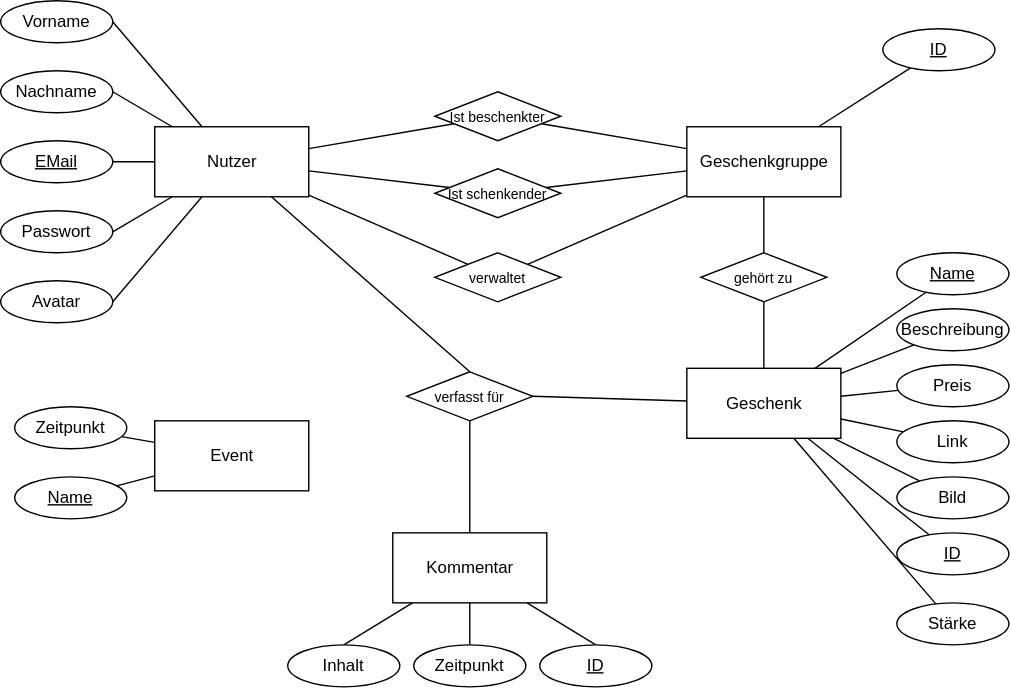
Ethanil/gifts keeps this draw.io diagram as drawio_diagrams/svg_files/gifts_er_model.svg. Above is the earlier version. Source tidied: cells renumbered, new cells last; positions are measured from the earlier drawing's top-left corner, leaving out a move shared by most shapes. Source of this version:
```xml
<mxGraphModel>
  <root>
    <mxCell id="0" />
    <mxCell id="1" parent="0" />
    <mxCell id="2" style="edgeStyle=none;html=1;entryX=0.5;entryY=0;entryDx=0;entryDy=0;fontSize=10;endArrow=none;endFill=0;" parent="1" edge="1" source="8" target="49">
      <mxGeometry relative="1" as="geometry" />
    </mxCell>
    <mxCell id="3" style="edgeStyle=none;html=1;fontSize=10;endArrow=none;endFill=0;" parent="1" edge="1" source="8" target="11">
      <mxGeometry relative="1" as="geometry" />
    </mxCell>
    <mxCell id="4" style="edgeStyle=none;html=1;entryX=1;entryY=0.5;entryDx=0;entryDy=0;fontSize=10;endArrow=none;endFill=0;" parent="1" edge="1" source="8" target="10">
      <mxGeometry relative="1" as="geometry" />
    </mxCell>
    <mxCell id="5" style="edgeStyle=none;html=1;entryX=1;entryY=0.5;entryDx=0;entryDy=0;fontSize=10;endArrow=none;endFill=0;" parent="1" edge="1" source="8" target="9">
      <mxGeometry relative="1" as="geometry" />
    </mxCell>
    <mxCell id="6" style="edgeStyle=none;html=1;entryX=1;entryY=0.5;entryDx=0;entryDy=0;fontSize=10;endArrow=none;endFill=0;" parent="1" edge="1" source="8" target="12">
      <mxGeometry relative="1" as="geometry" />
    </mxCell>
    <mxCell id="7" style="edgeStyle=none;html=1;entryX=1;entryY=0.5;entryDx=0;entryDy=0;fontSize=10;endArrow=none;endFill=0;" parent="1" edge="1" source="8" target="13">
      <mxGeometry relative="1" as="geometry" />
    </mxCell>
    <mxCell id="8" value="Nutzer" style="html=1;" parent="1" vertex="1">
      <mxGeometry x="110" y="90" width="110" height="50" as="geometry" />
    </mxCell>
    <mxCell id="9" value="Vorname" style="ellipse;whiteSpace=wrap;html=1;" parent="1" vertex="1">
      <mxGeometry width="80" height="30" as="geometry" />
    </mxCell>
    <mxCell id="10" value="Nachname" style="ellipse;whiteSpace=wrap;html=1;" parent="1" vertex="1">
      <mxGeometry y="50" width="80" height="30" as="geometry" />
    </mxCell>
    <mxCell id="11" value="&lt;u&gt;EMail&lt;/u&gt;" style="ellipse;whiteSpace=wrap;html=1;" parent="1" vertex="1">
      <mxGeometry y="100" width="80" height="30" as="geometry" />
    </mxCell>
    <mxCell id="12" value="Passwort" style="ellipse;whiteSpace=wrap;html=1;" parent="1" vertex="1">
      <mxGeometry y="150" width="80" height="30" as="geometry" />
    </mxCell>
    <mxCell id="13" value="Avatar" style="ellipse;whiteSpace=wrap;html=1;" parent="1" vertex="1">
      <mxGeometry y="200" width="80" height="30" as="geometry" />
    </mxCell>
    <mxCell id="14" style="edgeStyle=none;html=1;entryX=0.5;entryY=0;entryDx=0;entryDy=0;fontSize=10;endArrow=none;endFill=0;" parent="1" edge="1" source="15" target="51">
      <mxGeometry relative="1" as="geometry" />
    </mxCell>
    <mxCell id="15" value="Geschenkgruppe" style="html=1;" parent="1" vertex="1">
      <mxGeometry x="490" y="90" width="110" height="50" as="geometry" />
    </mxCell>
    <mxCell id="16" style="edgeStyle=none;html=1;fontSize=10;endArrow=none;endFill=0;" parent="1" edge="1" source="17" target="15">
      <mxGeometry relative="1" as="geometry" />
    </mxCell>
    <mxCell id="17" value="&lt;u&gt;ID&lt;/u&gt;" style="ellipse;whiteSpace=wrap;html=1;" parent="1" vertex="1">
      <mxGeometry x="630" y="20" width="80" height="30" as="geometry" />
    </mxCell>
    <mxCell id="18" style="edgeStyle=none;html=1;fontSize=10;endArrow=none;endFill=0;" parent="1" edge="1" source="20" target="15">
      <mxGeometry relative="1" as="geometry" />
    </mxCell>
    <mxCell id="19" style="edgeStyle=none;html=1;fontSize=10;endArrow=none;endFill=0;" parent="1" edge="1" source="20" target="8">
      <mxGeometry relative="1" as="geometry" />
    </mxCell>
    <mxCell id="20" value="&lt;font style=&quot;font-size: 10px;&quot;&gt;Ist beschenkter&lt;/font&gt;" style="rhombus;whiteSpace=wrap;html=1;" parent="1" vertex="1">
      <mxGeometry x="310" y="65" width="90" height="35" as="geometry" />
    </mxCell>
    <mxCell id="21" style="edgeStyle=none;html=1;fontSize=10;endArrow=none;endFill=0;" parent="1" edge="1" source="23" target="15">
      <mxGeometry relative="1" as="geometry" />
    </mxCell>
    <mxCell id="22" style="edgeStyle=none;html=1;fontSize=10;endArrow=none;endFill=0;" parent="1" edge="1" source="23" target="8">
      <mxGeometry relative="1" as="geometry" />
    </mxCell>
    <mxCell id="23" value="&lt;font style=&quot;font-size: 10px;&quot;&gt;Ist schenkender&lt;/font&gt;" style="rhombus;whiteSpace=wrap;html=1;" parent="1" vertex="1">
      <mxGeometry x="310" y="120" width="90" height="35" as="geometry" />
    </mxCell>
    <mxCell id="24" style="edgeStyle=none;html=1;entryX=1;entryY=0.5;entryDx=0;entryDy=0;fontSize=10;endArrow=none;endFill=0;" parent="1" edge="1" source="25" target="49">
      <mxGeometry relative="1" as="geometry" />
    </mxCell>
    <mxCell id="25" value="Geschenk" style="html=1;" parent="1" vertex="1">
      <mxGeometry x="490" y="262.5" width="110" height="50" as="geometry" />
    </mxCell>
    <mxCell id="26" style="edgeStyle=none;html=1;fontSize=10;endArrow=none;endFill=0;" parent="1" edge="1" source="28" target="15">
      <mxGeometry relative="1" as="geometry" />
    </mxCell>
    <mxCell id="27" style="edgeStyle=none;html=1;fontSize=10;endArrow=none;endFill=0;" parent="1" edge="1" source="28" target="8">
      <mxGeometry relative="1" as="geometry" />
    </mxCell>
    <mxCell id="28" value="&lt;font style=&quot;font-size: 10px;&quot;&gt;verwaltet&lt;/font&gt;" style="rhombus;whiteSpace=wrap;html=1;" parent="1" vertex="1">
      <mxGeometry x="310" y="180" width="90" height="35" as="geometry" />
    </mxCell>
    <mxCell id="29" style="edgeStyle=none;html=1;fontSize=10;endArrow=none;endFill=0;" parent="1" edge="1" source="30" target="25">
      <mxGeometry relative="1" as="geometry" />
    </mxCell>
    <mxCell id="30" value="&lt;u&gt;Name&lt;/u&gt;" style="ellipse;whiteSpace=wrap;html=1;" parent="1" vertex="1">
      <mxGeometry x="640" y="180" width="80" height="30" as="geometry" />
    </mxCell>
    <mxCell id="31" style="edgeStyle=none;html=1;fontSize=10;endArrow=none;endFill=0;" parent="1" edge="1" source="32" target="25">
      <mxGeometry relative="1" as="geometry" />
    </mxCell>
    <mxCell id="32" value="Beschreibung" style="ellipse;whiteSpace=wrap;html=1;" parent="1" vertex="1">
      <mxGeometry x="640" y="220" width="80" height="30" as="geometry" />
    </mxCell>
    <mxCell id="33" style="edgeStyle=none;html=1;fontSize=10;endArrow=none;endFill=0;" parent="1" edge="1" source="34" target="25">
      <mxGeometry relative="1" as="geometry" />
    </mxCell>
    <mxCell id="34" value="Preis" style="ellipse;whiteSpace=wrap;html=1;" parent="1" vertex="1">
      <mxGeometry x="640" y="260" width="80" height="30" as="geometry" />
    </mxCell>
    <mxCell id="35" style="edgeStyle=none;html=1;fontSize=10;endArrow=none;endFill=0;" parent="1" edge="1" source="36" target="25">
      <mxGeometry relative="1" as="geometry" />
    </mxCell>
    <mxCell id="36" value="Link" style="ellipse;whiteSpace=wrap;html=1;" parent="1" vertex="1">
      <mxGeometry x="640" y="300" width="80" height="30" as="geometry" />
    </mxCell>
    <mxCell id="37" style="edgeStyle=none;html=1;fontSize=10;endArrow=none;endFill=0;" parent="1" edge="1" source="38" target="25">
      <mxGeometry relative="1" as="geometry" />
    </mxCell>
    <mxCell id="38" value="Bild" style="ellipse;whiteSpace=wrap;html=1;" parent="1" vertex="1">
      <mxGeometry x="640" y="340" width="80" height="30" as="geometry" />
    </mxCell>
    <mxCell id="39" style="edgeStyle=none;html=1;entryX=0.5;entryY=1;entryDx=0;entryDy=0;fontSize=10;endArrow=none;endFill=0;" parent="1" edge="1" source="43" target="49">
      <mxGeometry relative="1" as="geometry" />
    </mxCell>
    <mxCell id="40" style="edgeStyle=none;html=1;entryX=0.5;entryY=0;entryDx=0;entryDy=0;fontSize=10;endArrow=none;endFill=0;" parent="1" edge="1" source="43" target="48">
      <mxGeometry relative="1" as="geometry" />
    </mxCell>
    <mxCell id="41" style="edgeStyle=none;html=1;entryX=0.5;entryY=0;entryDx=0;entryDy=0;fontSize=10;endArrow=none;endFill=0;" parent="1" edge="1" source="43" target="47">
      <mxGeometry relative="1" as="geometry" />
    </mxCell>
    <mxCell id="42" style="edgeStyle=none;html=1;entryX=0.5;entryY=0;entryDx=0;entryDy=0;fontSize=10;endArrow=none;endFill=0;" parent="1" edge="1" source="43" target="46">
      <mxGeometry relative="1" as="geometry" />
    </mxCell>
    <mxCell id="43" value="Kommentar" style="html=1;" parent="1" vertex="1">
      <mxGeometry x="280" y="380" width="110" height="50" as="geometry" />
    </mxCell>
    <mxCell id="44" style="edgeStyle=none;html=1;fontSize=10;endArrow=none;endFill=0;" parent="1" edge="1" source="45" target="25">
      <mxGeometry relative="1" as="geometry" />
    </mxCell>
    <mxCell id="45" value="&lt;u&gt;ID&lt;/u&gt;" style="ellipse;whiteSpace=wrap;html=1;" parent="1" vertex="1">
      <mxGeometry x="640" y="380" width="80" height="30" as="geometry" />
    </mxCell>
    <mxCell id="46" value="Inhalt" style="ellipse;whiteSpace=wrap;html=1;" parent="1" vertex="1">
      <mxGeometry x="205" y="460" width="80" height="30" as="geometry" />
    </mxCell>
    <mxCell id="47" value="Zeitpunkt" style="ellipse;whiteSpace=wrap;html=1;" parent="1" vertex="1">
      <mxGeometry x="295" y="460" width="80" height="30" as="geometry" />
    </mxCell>
    <mxCell id="48" value="&lt;u&gt;ID&lt;/u&gt;" style="ellipse;whiteSpace=wrap;html=1;" parent="1" vertex="1">
      <mxGeometry x="385" y="460" width="80" height="30" as="geometry" />
    </mxCell>
    <mxCell id="49" value="&lt;font style=&quot;font-size: 10px;&quot;&gt;verfasst für&lt;/font&gt;" style="rhombus;whiteSpace=wrap;html=1;" parent="1" vertex="1">
      <mxGeometry x="290" y="265" width="90" height="35" as="geometry" />
    </mxCell>
    <mxCell id="50" style="edgeStyle=none;html=1;fontSize=10;endArrow=none;endFill=0;" parent="1" edge="1" source="51" target="25">
      <mxGeometry relative="1" as="geometry" />
    </mxCell>
    <mxCell id="51" value="&lt;font style=&quot;font-size: 10px;&quot;&gt;gehört zu&lt;/font&gt;" style="rhombus;whiteSpace=wrap;html=1;" parent="1" vertex="1">
      <mxGeometry x="500" y="180" width="90" height="35" as="geometry" />
    </mxCell>
    <mxCell id="52" style="edgeStyle=none;html=1;fontSize=10;endArrow=none;endFill=0;" parent="1" edge="1" source="53" target="25">
      <mxGeometry relative="1" as="geometry" />
    </mxCell>
    <mxCell id="53" value="Stärke" style="ellipse;whiteSpace=wrap;html=1;" parent="1" vertex="1">
      <mxGeometry x="640" y="430" width="80" height="30" as="geometry" />
    </mxCell>
    <mxCell id="54" style="edgeStyle=none;html=1;fontSize=10;endArrow=none;endFill=0;" parent="1" edge="1" source="56" target="57">
      <mxGeometry relative="1" as="geometry" />
    </mxCell>
    <mxCell id="55" style="edgeStyle=none;html=1;fontSize=10;endArrow=none;endFill=0;" parent="1" edge="1" source="56" target="58">
      <mxGeometry relative="1" as="geometry" />
    </mxCell>
    <mxCell id="56" value="Event" style="html=1;" parent="1" vertex="1">
      <mxGeometry x="110" y="300" width="110" height="50" as="geometry" />
    </mxCell>
    <mxCell id="57" value="Zeitpunkt" style="ellipse;whiteSpace=wrap;html=1;" parent="1" vertex="1">
      <mxGeometry x="10" y="290" width="80" height="30" as="geometry" />
    </mxCell>
    <mxCell id="58" value="&lt;u&gt;Name&lt;/u&gt;" style="ellipse;whiteSpace=wrap;html=1;" parent="1" vertex="1">
      <mxGeometry x="10" y="340" width="80" height="30" as="geometry" />
    </mxCell>
  </root>
</mxGraphModel>
```
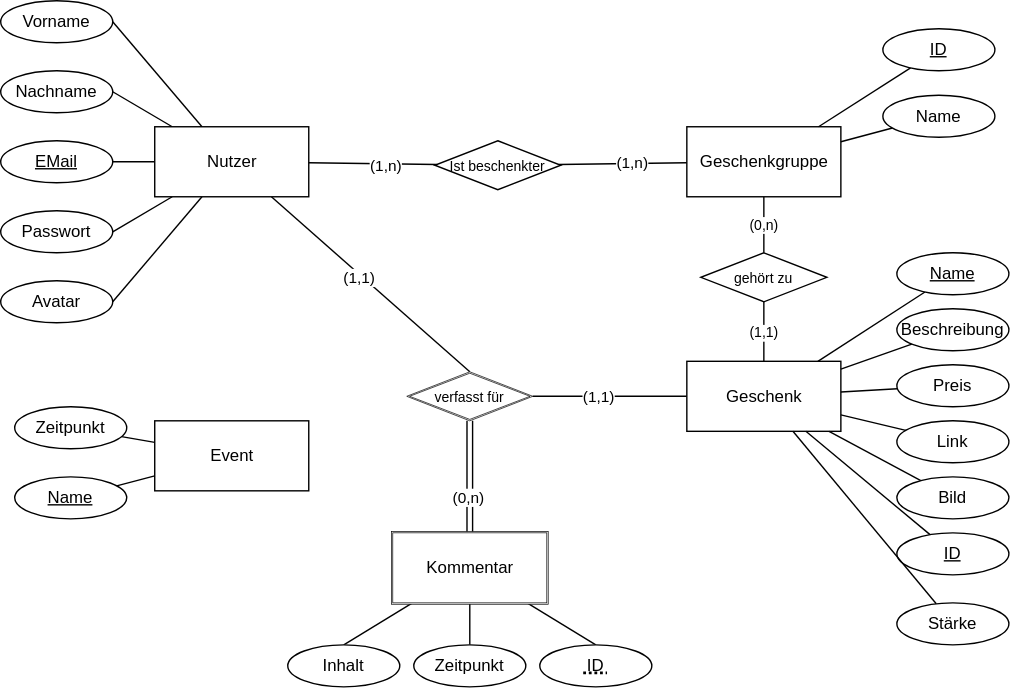
After the commit.

Commit message:
finished er model

Diff of the diagram source:
```diff
@@ -5,6 +5,9 @@
     <mxCell id="2" style="edgeStyle=none;html=1;entryX=0.5;entryY=0;entryDx=0;entryDy=0;fontSize=10;endArrow=none;endFill=0;" parent="1" edge="1" source="8" target="49">
       <mxGeometry relative="1" as="geometry" />
     </mxCell>
+    <mxCell id="59" value="(1,1)" style="edgeLabel;html=1;align=center;verticalAlign=middle;" parent="2" vertex="1">
+      <mxGeometry x="-0.11" y="-2" relative="1" as="geometry" />
+    </mxCell>
     <mxCell id="3" style="edgeStyle=none;html=1;fontSize=10;endArrow=none;endFill=0;" parent="1" edge="1" source="8" target="11">
       <mxGeometry relative="1" as="geometry" />
     </mxCell>
@@ -38,7 +41,7 @@
     <mxCell id="13" value="Avatar" style="ellipse;whiteSpace=wrap;html=1;" parent="1" vertex="1">
       <mxGeometry y="200" width="80" height="30" as="geometry" />
     </mxCell>
-    <mxCell id="14" style="edgeStyle=none;html=1;entryX=0.5;entryY=0;entryDx=0;entryDy=0;fontSize=10;endArrow=none;endFill=0;" parent="1" edge="1" source="15" target="51">
+    <mxCell id="14" value="(0,n)" style="edgeStyle=none;html=1;entryX=0.5;entryY=0;entryDx=0;entryDy=0;fontSize=10;endArrow=none;endFill=0;" parent="1" edge="1" source="15" target="51">
       <mxGeometry relative="1" as="geometry" />
     </mxCell>
     <mxCell id="15" value="Geschenkgruppe" style="html=1;" parent="1" vertex="1">
@@ -53,36 +56,27 @@
     <mxCell id="18" style="edgeStyle=none;html=1;fontSize=10;endArrow=none;endFill=0;" parent="1" edge="1" source="20" target="15">
       <mxGeometry relative="1" as="geometry" />
     </mxCell>
+    <mxCell id="60" value="(1,n)" style="edgeLabel;html=1;align=center;verticalAlign=middle;" parent="18" vertex="1">
+      <mxGeometry x="0.13" y="1" relative="1" as="geometry" />
+    </mxCell>
     <mxCell id="19" style="edgeStyle=none;html=1;fontSize=10;endArrow=none;endFill=0;" parent="1" edge="1" source="20" target="8">
       <mxGeometry relative="1" as="geometry" />
     </mxCell>
+    <mxCell id="61" value="(1,n)" style="edgeLabel;html=1;align=center;verticalAlign=middle;" parent="19" vertex="1">
+      <mxGeometry x="-0.2" y="1" relative="1" as="geometry" />
+    </mxCell>
     <mxCell id="20" value="&lt;font style=&quot;font-size: 10px;&quot;&gt;Ist beschenkter&lt;/font&gt;" style="rhombus;whiteSpace=wrap;html=1;" parent="1" vertex="1">
-      <mxGeometry x="310" y="65" width="90" height="35" as="geometry" />
+      <mxGeometry x="310" y="100" width="90" height="35" as="geometry" />
     </mxCell>
-    <mxCell id="21" style="edgeStyle=none;html=1;fontSize=10;endArrow=none;endFill=0;" parent="1" edge="1" source="23" target="15">
-      <mxGeometry relative="1" as="geometry" />
-    </mxCell>
-    <mxCell id="22" style="edgeStyle=none;html=1;fontSize=10;endArrow=none;endFill=0;" parent="1" edge="1" source="23" target="8">
-      <mxGeometry relative="1" as="geometry" />
-    </mxCell>
-    <mxCell id="23" value="&lt;font style=&quot;font-size: 10px;&quot;&gt;Ist schenkender&lt;/font&gt;" style="rhombus;whiteSpace=wrap;html=1;" parent="1" vertex="1">
-      <mxGeometry x="310" y="120" width="90" height="35" as="geometry" />
-    </mxCell>
     <mxCell id="24" style="edgeStyle=none;html=1;entryX=1;entryY=0.5;entryDx=0;entryDy=0;fontSize=10;endArrow=none;endFill=0;" parent="1" edge="1" source="25" target="49">
       <mxGeometry relative="1" as="geometry" />
     </mxCell>
+    <mxCell id="62" value="(1,1)" style="edgeLabel;html=1;align=center;verticalAlign=middle;" parent="24" vertex="1">
+      <mxGeometry x="0.15" relative="1" as="geometry" />
+    </mxCell>
     <mxCell id="25" value="Geschenk" style="html=1;" parent="1" vertex="1">
-      <mxGeometry x="490" y="262.5" width="110" height="50" as="geometry" />
+      <mxGeometry x="490" y="257.5" width="110" height="50" as="geometry" />
     </mxCell>
-    <mxCell id="26" style="edgeStyle=none;html=1;fontSize=10;endArrow=none;endFill=0;" parent="1" edge="1" source="28" target="15">
-      <mxGeometry relative="1" as="geometry" />
-    </mxCell>
-    <mxCell id="27" style="edgeStyle=none;html=1;fontSize=10;endArrow=none;endFill=0;" parent="1" edge="1" source="28" target="8">
-      <mxGeometry relative="1" as="geometry" />
-    </mxCell>
-    <mxCell id="28" value="&lt;font style=&quot;font-size: 10px;&quot;&gt;verwaltet&lt;/font&gt;" style="rhombus;whiteSpace=wrap;html=1;" parent="1" vertex="1">
-      <mxGeometry x="310" y="180" width="90" height="35" as="geometry" />
-    </mxCell>
     <mxCell id="29" style="edgeStyle=none;html=1;fontSize=10;endArrow=none;endFill=0;" parent="1" edge="1" source="30" target="25">
       <mxGeometry relative="1" as="geometry" />
     </mxCell>
@@ -113,9 +107,12 @@
     <mxCell id="38" value="Bild" style="ellipse;whiteSpace=wrap;html=1;" parent="1" vertex="1">
       <mxGeometry x="640" y="340" width="80" height="30" as="geometry" />
     </mxCell>
-    <mxCell id="39" style="edgeStyle=none;html=1;entryX=0.5;entryY=1;entryDx=0;entryDy=0;fontSize=10;endArrow=none;endFill=0;" parent="1" edge="1" source="43" target="49">
+    <mxCell id="39" style="edgeStyle=none;html=1;entryX=0.5;entryY=1;entryDx=0;entryDy=0;fontSize=10;endArrow=none;endFill=0;shape=link;" parent="1" edge="1" source="43" target="49">
       <mxGeometry relative="1" as="geometry" />
     </mxCell>
+    <mxCell id="63" value="(0,n)" style="edgeLabel;html=1;align=center;verticalAlign=middle;" parent="39" vertex="1">
+      <mxGeometry x="-0.36" y="1" relative="1" as="geometry" />
+    </mxCell>
     <mxCell id="40" style="edgeStyle=none;html=1;entryX=0.5;entryY=0;entryDx=0;entryDy=0;fontSize=10;endArrow=none;endFill=0;" parent="1" edge="1" source="43" target="48">
       <mxGeometry relative="1" as="geometry" />
     </mxCell>
@@ -125,9 +122,6 @@
     <mxCell id="42" style="edgeStyle=none;html=1;entryX=0.5;entryY=0;entryDx=0;entryDy=0;fontSize=10;endArrow=none;endFill=0;" parent="1" edge="1" source="43" target="46">
       <mxGeometry relative="1" as="geometry" />
     </mxCell>
-    <mxCell id="43" value="Kommentar" style="html=1;" parent="1" vertex="1">
-      <mxGeometry x="280" y="380" width="110" height="50" as="geometry" />
-    </mxCell>
     <mxCell id="44" style="edgeStyle=none;html=1;fontSize=10;endArrow=none;endFill=0;" parent="1" edge="1" source="45" target="25">
       <mxGeometry relative="1" as="geometry" />
     </mxCell>
@@ -140,14 +134,12 @@
     <mxCell id="47" value="Zeitpunkt" style="ellipse;whiteSpace=wrap;html=1;" parent="1" vertex="1">
       <mxGeometry x="295" y="460" width="80" height="30" as="geometry" />
     </mxCell>
-    <mxCell id="48" value="&lt;u&gt;ID&lt;/u&gt;" style="ellipse;whiteSpace=wrap;html=1;" parent="1" vertex="1">
-      <mxGeometry x="385" y="460" width="80" height="30" as="geometry" />
-    </mxCell>
-    <mxCell id="49" value="&lt;font style=&quot;font-size: 10px;&quot;&gt;verfasst für&lt;/font&gt;" style="rhombus;whiteSpace=wrap;html=1;" parent="1" vertex="1">
-      <mxGeometry x="290" y="265" width="90" height="35" as="geometry" />
-    </mxCell>
-    <mxCell id="50" style="edgeStyle=none;html=1;fontSize=10;endArrow=none;endFill=0;" parent="1" edge="1" source="51" target="25">
-      <mxGeometry relative="1" as="geometry" />
+    <mxCell id="50" value="(1,1)" style="edgeStyle=none;html=1;fontSize=10;endArrow=none;endFill=0;" parent="1" edge="1" source="51" target="25">
+      <mxGeometry x="0.01" relative="1" as="geometry">
+        <Array as="points">
+          <mxPoint x="545" y="240" />
+        </Array>
+      </mxGeometry>
     </mxCell>
     <mxCell id="51" value="&lt;font style=&quot;font-size: 10px;&quot;&gt;gehört zu&lt;/font&gt;" style="rhombus;whiteSpace=wrap;html=1;" parent="1" vertex="1">
       <mxGeometry x="500" y="180" width="90" height="35" as="geometry" />
@@ -173,5 +165,41 @@
     <mxCell id="58" value="&lt;u&gt;Name&lt;/u&gt;" style="ellipse;whiteSpace=wrap;html=1;" parent="1" vertex="1">
       <mxGeometry x="10" y="340" width="80" height="30" as="geometry" />
     </mxCell>
+    <mxCell id="64" style="edgeStyle=none;html=1;endArrow=none;endFill=0;" parent="1" edge="1" source="65" target="15">
+      <mxGeometry relative="1" as="geometry" />
+    </mxCell>
+    <mxCell id="65" value="Name" style="ellipse;whiteSpace=wrap;html=1;" parent="1" vertex="1">
+      <mxGeometry x="630" y="67.5" width="80" height="30" as="geometry" />
+    </mxCell>
+    <mxCell id="66" style="group;" parent="1" vertex="1">
+      <mxGeometry x="279" y="379" width="112" height="52" as="geometry" />
+    </mxCell>
+    <mxCell id="67" value="Kommentar" style="html=1;strokeColor=default;perimeterSpacing=0;strokeWidth=0.5;shadow=0;rounded=0;glass=0;backgroundOutline=0;fixDash=0;" parent="66" vertex="1">
+      <mxGeometry width="112" height="52" as="geometry" />
+    </mxCell>
+    <mxCell id="43" value="Kommentar" style="html=1;strokeColor=default;perimeterSpacing=0;strokeWidth=0.5;shadow=0;rounded=0;glass=0;backgroundOutline=0;fixDash=0;" parent="66" vertex="1">
+      <mxGeometry x="1" y="1" width="110" height="50" as="geometry" />
+    </mxCell>
+    <mxCell id="68" style="group;" parent="1" vertex="1">
+      <mxGeometry x="290" y="265" width="90" height="35" as="geometry" />
+    </mxCell>
+    <mxCell id="49" value="&lt;font style=&quot;font-size: 10px;&quot;&gt;verfasst für&lt;/font&gt;" style="rhombus;whiteSpace=wrap;html=1;strokeWidth=0.5;" parent="68" vertex="1">
+      <mxGeometry width="90" height="35" as="geometry" />
+    </mxCell>
+    <mxCell id="69" value="&lt;font style=&quot;font-size: 10px;&quot;&gt;verfasst für&lt;/font&gt;" style="rhombus;whiteSpace=wrap;html=1;strokeWidth=0.5;" parent="68" vertex="1">
+      <mxGeometry x="2" y="1" width="86" height="33" as="geometry" />
+    </mxCell>
+    <mxCell id="70" style="group;" parent="1" vertex="1">
+      <mxGeometry x="385" y="460" width="80" height="30" as="geometry" />
+    </mxCell>
+    <mxCell id="48" value="ID" style="ellipse;whiteSpace=wrap;html=1;" parent="70" vertex="1">
+      <mxGeometry width="80" height="30" as="geometry" />
+    </mxCell>
+    <mxCell id="71" style="endArrow=none;dashed=1;html=1;strokeWidth=2;dashPattern=1 1;" parent="70" edge="1">
+      <mxGeometry relative="1" as="geometry">
+        <mxPoint x="31" y="20" as="sourcePoint" />
+        <mxPoint x="48" y="20" as="targetPoint" />
+      </mxGeometry>
+    </mxCell>
   </root>
 </mxGraphModel>
```
